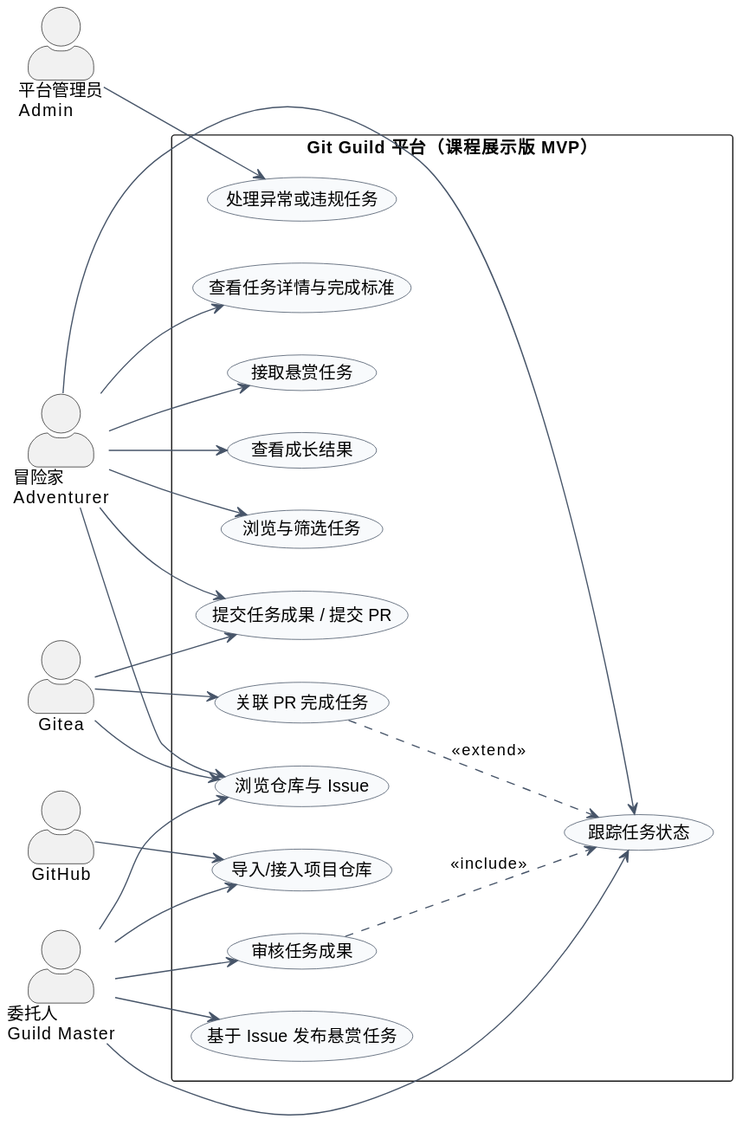
ZhenchangMin/Git-Guild keeps this PlantUML diagram as docs/P1/用例图图示.svg. Above is the earlier version.
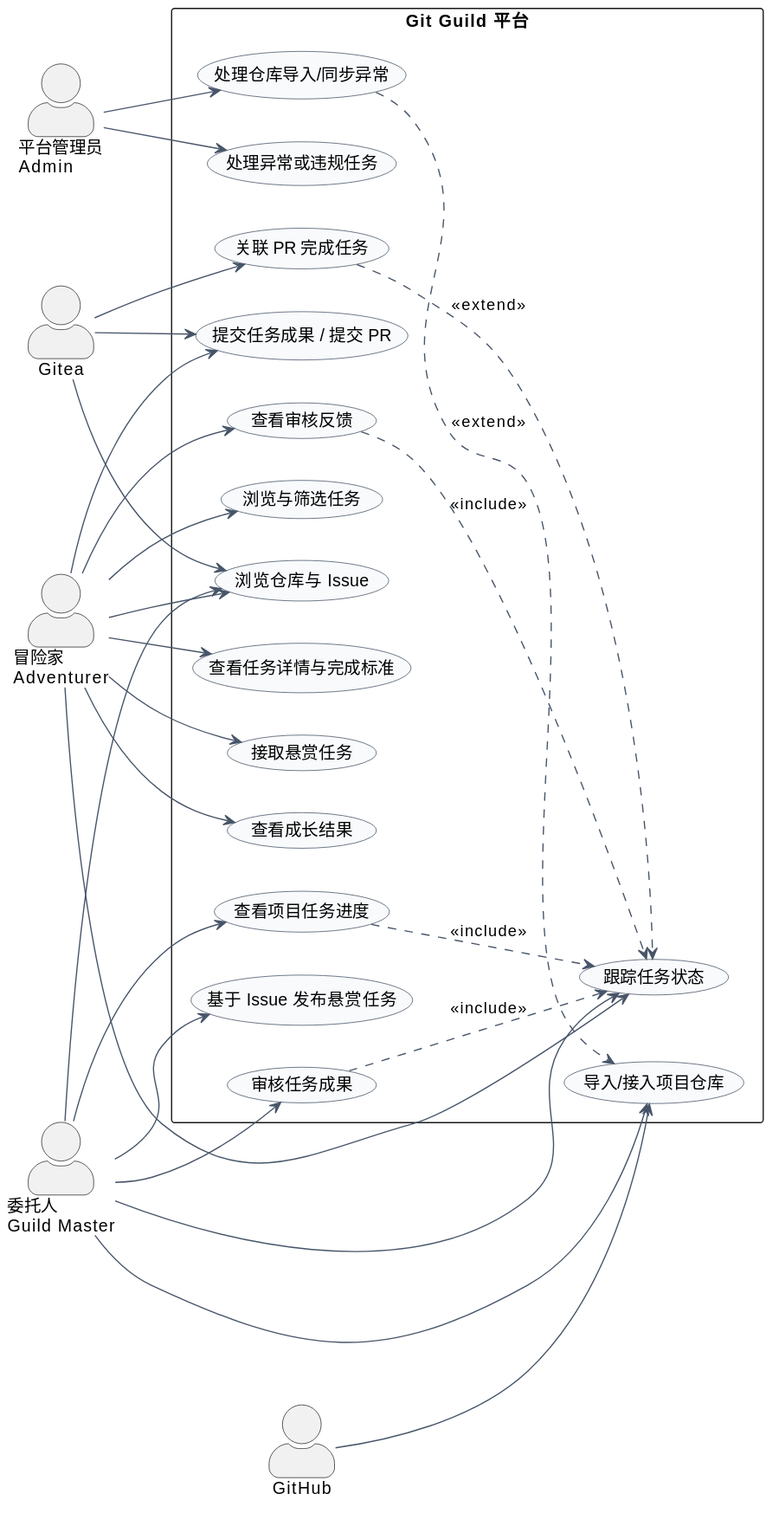
The same diagram one commit later.

Diff of the diagram source:
```diff
@@ -15,7 +15,7 @@
 actor "GitHub" as GitHub
 actor "Gitea" as Gitea
 
-rectangle "Git Guild 平台（课程展示版 MVP）" {
+rectangle "Git Guild 平台" {
   usecase "导入/接入项目仓库" as UC01
   usecase "浏览仓库与 Issue" as UC02
   usecase "基于 Issue 发布悬赏任务" as UC03
@@ -28,6 +28,9 @@
   usecase "关联 PR 完成任务" as UC10
   usecase "查看成长结果" as UC11
   usecase "处理异常或违规任务" as UC12
+  usecase "查看审核反馈" as UC13
+  usecase "查看项目任务进度" as UC14
+  usecase "处理仓库导入/同步异常" as UC15
 }
 
 GuildMaster --> UC01
@@ -35,6 +38,7 @@
 GuildMaster --> UC03
 GuildMaster --> UC08
 GuildMaster --> UC09
+GuildMaster --> UC14
 
 Adventurer --> UC02
 Adventurer --> UC04
@@ -43,8 +47,10 @@
 Adventurer --> UC07
 Adventurer --> UC09
 Adventurer --> UC11
+Adventurer --> UC13
 
 Admin --> UC12
+Admin --> UC15
 
 GitHub --> UC01
 Gitea --> UC02
@@ -53,4 +59,7 @@
 
 UC08 ..> UC09 : <<include>>
 UC10 ..> UC09 : <<extend>>
+UC13 ..> UC09 : <<include>>
+UC14 ..> UC09 : <<include>>
+UC15 ..> UC01 : <<extend>>
 @enduml
```
